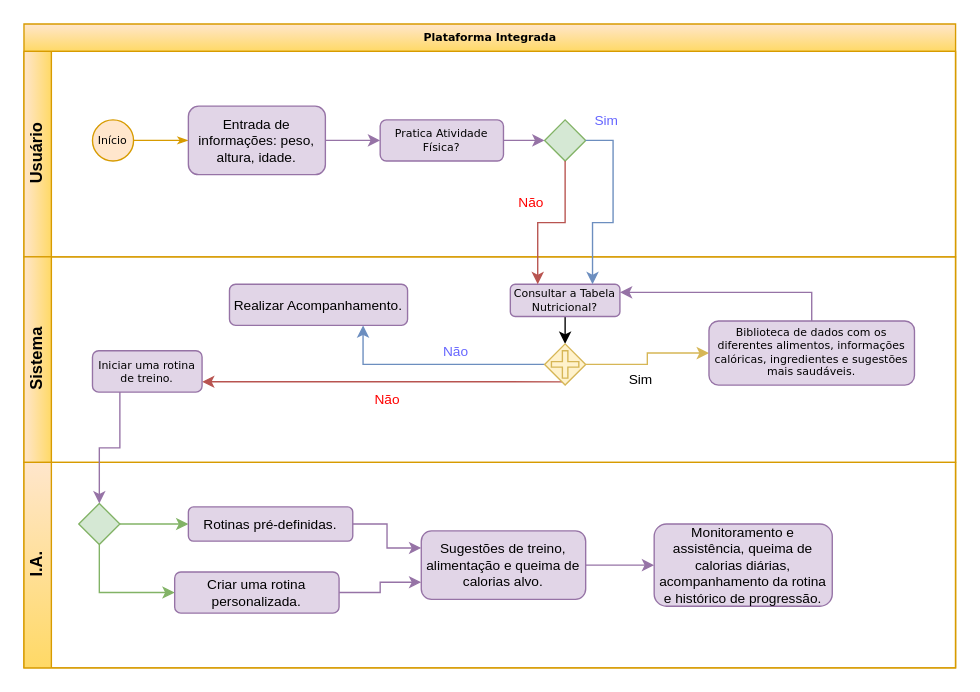
Earlier version of the draw.io diagram Untitled Diagram.drawio (Raphox22/Integrated_Platform). Source tidied: cells renumbered, new cells numbered last; positions are measured from the earlier drawing's top-left corner, leaving out a move shared by most shapes. Both pictures are drawn from the tidied source at 137%, with x=0, y=0 at pixel (23, 23).
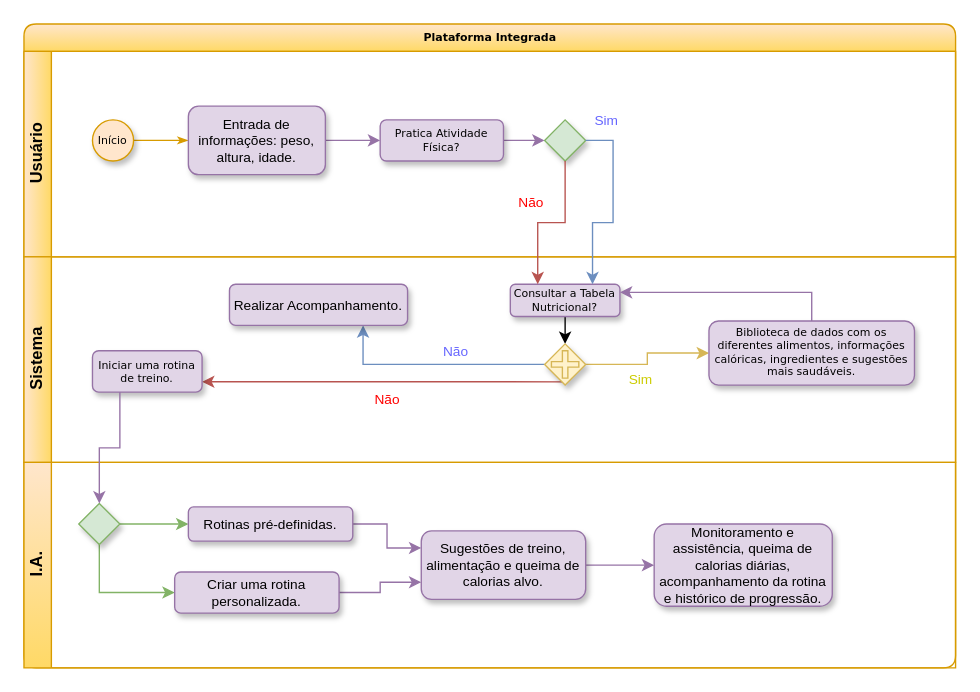
Above is the later version.

Unchanged cells that the change refers to:
```xml
<mxCell id="13" value="Sistema" style="swimlane;html=1;startSize=20;horizontal=0;fillColor=#ffe6cc;strokeColor=#d79b00;gradientColor=#FFD966;gradientDirection=east;" parent="2" vertex="1">
  <mxGeometry y="170" width="680" height="150" as="geometry" />
</mxCell>
```

Change to the diagram source:
```diff
@@
-    <mxCell id="2" value="Plataforma Integrada" style="swimlane;html=1;horizontal=1;startSize=20;rounded=0;shadow=0;labelBackgroundColor=none;strokeWidth=1;fontFamily=Verdana;fontSize=8;align=center;fillColor=#ffe6cc;strokeColor=#d79b00;gradientColor=#FFD966;gradientDirection=south;" parent="1" vertex="1">
+    <mxCell id="2" value="Plataforma Integrada" style="swimlane;html=1;horizontal=1;startSize=20;rounded=1;shadow=0;labelBackgroundColor=none;strokeWidth=1;fontFamily=Verdana;fontSize=8;align=center;fillColor=#ffe6cc;strokeColor=#d79b00;gradientColor=#FFD966;gradientDirection=south;sketch=0;glass=0;" parent="1" vertex="1">
       <mxGeometry width="680" height="470" as="geometry" />
     </mxCell>
-    <mxCell id="3" value="Usuário" style="swimlane;html=1;startSize=20;horizontal=0;fillColor=#ffe6cc;strokeColor=#d79b00;gradientColor=#FFD966;gradientDirection=east;" parent="2" vertex="1">
+    <mxCell id="3" value="Usuário" style="swimlane;html=1;startSize=20;horizontal=0;fillColor=#ffe6cc;strokeColor=#d79b00;gradientColor=#FFD966;gradientDirection=east;shadow=0;" parent="2" vertex="1">
       <mxGeometry y="20" width="680" height="150" as="geometry" />
     </mxCell>
@@
-    <mxCell id="5" value="Início" style="ellipse;whiteSpace=wrap;html=1;rounded=0;shadow=0;labelBackgroundColor=none;strokeWidth=1;fontFamily=Verdana;fontSize=8;align=center;fillColor=#ffe6cc;strokeColor=#d79b00;" parent="3" vertex="1">
+    <mxCell id="5" value="Início" style="ellipse;whiteSpace=wrap;html=1;rounded=0;shadow=1;labelBackgroundColor=none;strokeWidth=1;fontFamily=Verdana;fontSize=8;align=center;fillColor=#ffe6cc;strokeColor=#d79b00;" parent="3" vertex="1">
       <mxGeometry x="50" y="50" width="30" height="30" as="geometry" />
     </mxCell>
@@
-    <mxCell id="7" value="&lt;span style=&quot;font-family: Helvetica; font-size: 10px;&quot;&gt;Entrada de informações: peso, altura, idade.&lt;/span&gt;" style="rounded=1;whiteSpace=wrap;html=1;shadow=0;labelBackgroundColor=none;strokeWidth=1;fontFamily=Verdana;fontSize=8;align=center;fillColor=#e1d5e7;strokeColor=#9673a6;" parent="3" vertex="1">
+    <mxCell id="7" value="&lt;span style=&quot;font-family: Helvetica; font-size: 10px;&quot;&gt;Entrada de informações: peso, altura, idade.&lt;/span&gt;" style="rounded=1;whiteSpace=wrap;html=1;shadow=1;labelBackgroundColor=none;strokeWidth=1;fontFamily=Verdana;fontSize=8;align=center;fillColor=#e1d5e7;strokeColor=#9673a6;" parent="3" vertex="1">
       <mxGeometry x="120" y="40" width="100" height="50" as="geometry" />
     </mxCell>
@@
-    <mxCell id="9" value="Pratica Atividade Física?" style="rounded=1;whiteSpace=wrap;html=1;shadow=0;labelBackgroundColor=none;strokeWidth=1;fontFamily=Verdana;fontSize=8;align=center;fillColor=#e1d5e7;strokeColor=#9673a6;" parent="3" vertex="1">
+    <mxCell id="9" value="Pratica Atividade Física?" style="rounded=1;whiteSpace=wrap;html=1;shadow=1;labelBackgroundColor=none;strokeWidth=1;fontFamily=Verdana;fontSize=8;align=center;fillColor=#e1d5e7;strokeColor=#9673a6;" parent="3" vertex="1">
       <mxGeometry x="260" y="50" width="90" height="30" as="geometry" />
     </mxCell>
-    <mxCell id="10" style="rhombus;whiteSpace=wrap;html=1;labelBackgroundColor=none;labelBorderColor=none;fontSize=10;fillColor=#d5e8d4;strokeColor=#82b366;" parent="3" vertex="1">
+    <mxCell id="10" style="rhombus;whiteSpace=wrap;html=1;labelBackgroundColor=none;labelBorderColor=none;fontSize=10;fillColor=#d5e8d4;strokeColor=#82b366;rounded=0;shadow=1;" parent="3" vertex="1">
       <mxGeometry x="380" y="50" width="30" height="30" as="geometry" />
     </mxCell>
@@
-    <mxCell id="15" value="Consultar a Tabela Nutricional?" style="rounded=1;whiteSpace=wrap;html=1;shadow=0;labelBackgroundColor=none;strokeWidth=1;fontFamily=Verdana;fontSize=8;align=center;fillColor=#e1d5e7;strokeColor=#9673a6;" parent="13" vertex="1">
+    <mxCell id="15" value="Consultar a Tabela Nutricional?" style="rounded=1;whiteSpace=wrap;html=1;shadow=1;labelBackgroundColor=none;strokeWidth=1;fontFamily=Verdana;fontSize=8;align=center;fillColor=#e1d5e7;strokeColor=#9673a6;" parent="13" vertex="1">
       <mxGeometry x="355" y="20" width="80" height="23.5" as="geometry" />
     </mxCell>
@@
-    <mxCell id="19" style="strokeWidth=1;html=1;shape=mxgraph.flowchart.decision;whiteSpace=wrap;rounded=1;shadow=0;labelBackgroundColor=none;fontFamily=Verdana;fontSize=8;align=center;fillColor=#fff2cc;strokeColor=#d6b656;" parent="13" vertex="1">
+    <mxCell id="19" style="strokeWidth=1;html=1;shape=mxgraph.flowchart.decision;whiteSpace=wrap;rounded=1;shadow=1;labelBackgroundColor=none;fontFamily=Verdana;fontSize=8;align=center;fillColor=#fff2cc;strokeColor=#d6b656;" parent="13" vertex="1">
       <mxGeometry x="380" y="63.5" width="30" height="30" as="geometry" />
     </mxCell>
@@
-    <mxCell id="21" value="Biblioteca de dados com os diferentes alimentos, informações calóricas, ingredientes e sugestões mais saudáveis." style="rounded=1;whiteSpace=wrap;html=1;shadow=0;labelBackgroundColor=none;strokeWidth=1;fontFamily=Verdana;fontSize=8;align=center;fillColor=#e1d5e7;strokeColor=#9673a6;" parent="13" vertex="1">
+    <mxCell id="21" value="Biblioteca de dados com os diferentes alimentos, informações calóricas, ingredientes e sugestões mais saudáveis." style="rounded=1;whiteSpace=wrap;html=1;shadow=1;labelBackgroundColor=none;strokeWidth=1;fontFamily=Verdana;fontSize=8;align=center;fillColor=#e1d5e7;strokeColor=#9673a6;" parent="13" vertex="1">
       <mxGeometry x="500" y="46.8" width="150" height="46.8" as="geometry" />
     </mxCell>
-    <mxCell id="22" style="shape=cross;whiteSpace=wrap;html=1;labelBackgroundColor=none;labelBorderColor=none;fontSize=10;fillColor=#fff2cc;strokeColor=#d6b656;" parent="13" vertex="1">
+    <mxCell id="22" style="shape=cross;whiteSpace=wrap;html=1;labelBackgroundColor=none;labelBorderColor=none;fontSize=10;fillColor=#fff2cc;strokeColor=#d6b656;shadow=0;" parent="13" vertex="1">
       <mxGeometry x="385" y="68.5" width="20" height="20" as="geometry" />
     </mxCell>
-    <mxCell id="23" value="&lt;span style=&quot;&quot;&gt;Realizar Acompanhamento.&lt;/span&gt;" style="rounded=1;whiteSpace=wrap;html=1;labelBackgroundColor=none;labelBorderColor=none;fontSize=10;fillColor=#e1d5e7;strokeColor=#9673a6;gradientColor=none;" parent="13" vertex="1">
+    <mxCell id="23" value="&lt;span style=&quot;&quot;&gt;Realizar Acompanhamento.&lt;/span&gt;" style="rounded=1;whiteSpace=wrap;html=1;labelBackgroundColor=none;labelBorderColor=none;fontSize=10;fillColor=#e1d5e7;strokeColor=#9673a6;gradientColor=none;shadow=1;" parent="13" vertex="1">
       <mxGeometry x="150" y="20" width="130" height="30" as="geometry" />
     </mxCell>
-    <mxCell id="24" value="Iniciar uma rotina de treino." style="rounded=1;whiteSpace=wrap;html=1;shadow=0;labelBackgroundColor=none;strokeWidth=1;fontFamily=Verdana;fontSize=8;align=center;fillColor=#e1d5e7;strokeColor=#9673a6;" parent="13" vertex="1">
+    <mxCell id="24" value="Iniciar uma rotina de treino." style="rounded=1;whiteSpace=wrap;html=1;shadow=1;labelBackgroundColor=none;strokeWidth=1;fontFamily=Verdana;fontSize=8;align=center;fillColor=#e1d5e7;strokeColor=#9673a6;" parent="13" vertex="1">
       <mxGeometry x="50" y="68.5" width="80" height="30.2" as="geometry" />
     </mxCell>
-    <mxCell id="25" value="Sim" style="text;html=1;align=center;verticalAlign=middle;strokeColor=none;fillColor=none;fontSize=10;" parent="13" vertex="1">
+    <mxCell id="25" value="&lt;font color=&quot;#cccc00&quot;&gt;Sim&lt;/font&gt;" style="text;html=1;align=center;verticalAlign=middle;strokeColor=none;fillColor=none;fontSize=10;" parent="13" vertex="1">
       <mxGeometry x="435" y="78.8" width="30" height="20" as="geometry" />
     </mxCell>
@@
-    <mxCell id="28" value="I.A." style="swimlane;html=1;startSize=20;horizontal=0;fillColor=#ffe6cc;strokeColor=#d79b00;gradientColor=#FFD966;" parent="2" vertex="1">
+    <mxCell id="28" value="I.A." style="swimlane;html=1;startSize=20;horizontal=0;fillColor=#ffe6cc;strokeColor=#d79b00;gradientColor=#FFD966;shadow=0;rounded=0;" parent="2" vertex="1">
       <mxGeometry y="320" width="680" height="150" as="geometry" />
     </mxCell>
@@
-    <mxCell id="31" style="strokeWidth=1;html=1;shape=mxgraph.flowchart.decision;whiteSpace=wrap;rounded=1;shadow=0;labelBackgroundColor=none;fontFamily=Verdana;fontSize=8;align=center;fillColor=#d5e8d4;strokeColor=#82b366;" parent="28" vertex="1">
+    <mxCell id="31" style="strokeWidth=1;html=1;shape=mxgraph.flowchart.decision;whiteSpace=wrap;rounded=1;shadow=1;labelBackgroundColor=none;fontFamily=Verdana;fontSize=8;align=center;fillColor=#d5e8d4;strokeColor=#82b366;sketch=0;" parent="28" vertex="1">
       <mxGeometry x="40" y="30" width="30" height="30" as="geometry" />
     </mxCell>
@@
-    <mxCell id="33" value="&lt;font color=&quot;#000000&quot;&gt;Rotinas pré-definidas.&lt;/font&gt;" style="rounded=1;whiteSpace=wrap;html=1;labelBackgroundColor=none;labelBorderColor=none;fontSize=10;fillColor=#e1d5e7;strokeColor=#9673a6;" parent="28" vertex="1">
+    <mxCell id="33" value="&lt;font color=&quot;#000000&quot;&gt;Rotinas pré-definidas.&lt;/font&gt;" style="rounded=1;whiteSpace=wrap;html=1;labelBackgroundColor=none;labelBorderColor=none;fontSize=10;fillColor=#e1d5e7;strokeColor=#9673a6;glass=0;shadow=1;" parent="28" vertex="1">
       <mxGeometry x="120" y="32.5" width="120" height="25" as="geometry" />
     </mxCell>
@@
-    <mxCell id="35" value="Criar uma rotina personalizada." style="rounded=1;whiteSpace=wrap;html=1;labelBackgroundColor=none;labelBorderColor=none;fontSize=10;fillColor=#e1d5e7;strokeColor=#9673a6;" parent="28" vertex="1">
+    <mxCell id="35" value="Criar uma rotina personalizada." style="rounded=1;whiteSpace=wrap;html=1;labelBackgroundColor=none;labelBorderColor=none;fontSize=10;fillColor=#e1d5e7;strokeColor=#9673a6;shadow=1;" parent="28" vertex="1">
       <mxGeometry x="110" y="80" width="120" height="30" as="geometry" />
     </mxCell>
@@
-    <mxCell id="37" value="Sugestões de treino, alimentação e queima de calorias alvo." style="rounded=1;whiteSpace=wrap;html=1;labelBackgroundColor=none;labelBorderColor=none;fontSize=10;gradientDirection=south;fillColor=#e1d5e7;strokeColor=#9673a6;" parent="28" vertex="1">
+    <mxCell id="37" value="Sugestões de treino, alimentação e queima de calorias alvo." style="rounded=1;whiteSpace=wrap;html=1;labelBackgroundColor=none;labelBorderColor=none;fontSize=10;gradientDirection=south;fillColor=#e1d5e7;strokeColor=#9673a6;shadow=1;" parent="28" vertex="1">
       <mxGeometry x="290" y="50" width="120" height="50" as="geometry" />
     </mxCell>
-    <mxCell id="38" value="Monitoramento e assistência, queima de calorias diárias, acompanhamento da rotina e histórico de progressão." style="rounded=1;whiteSpace=wrap;html=1;labelBackgroundColor=none;labelBorderColor=none;fontSize=10;gradientDirection=south;fillColor=#e1d5e7;strokeColor=#9673a6;" parent="28" vertex="1">
+    <mxCell id="38" value="Monitoramento e assistência, queima de calorias diárias, acompanhamento da rotina e histórico de progressão." style="rounded=1;whiteSpace=wrap;html=1;labelBackgroundColor=none;labelBorderColor=none;fontSize=10;gradientDirection=south;fillColor=#e1d5e7;strokeColor=#9673a6;shadow=1;" parent="28" vertex="1">
       <mxGeometry x="460" y="45" width="130" height="60" as="geometry" />
     </mxCell>
```
